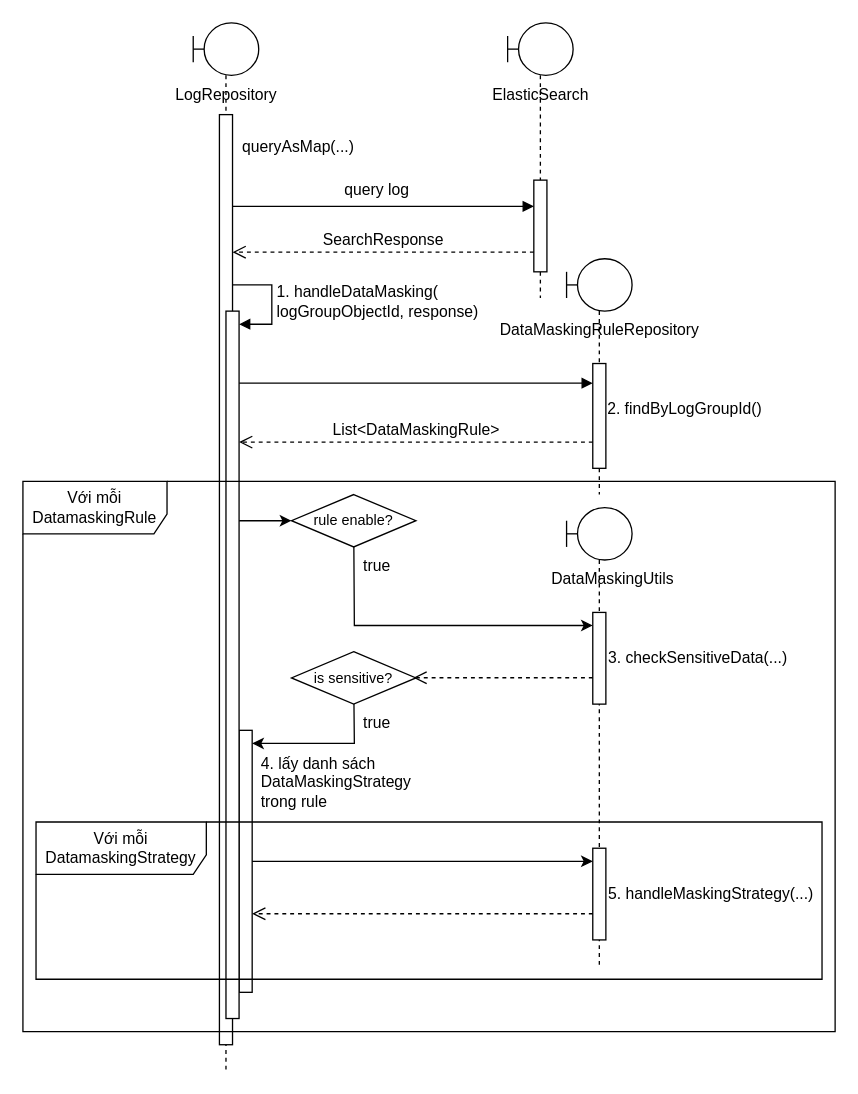
This is page "Trang-5" (5 of 5) of data masking.drawio from hiep1097/drawio, a draw.io file, before an edit. Source tidied: cells renumbered, new cells numbered last; positions are measured from the earlier drawing's top-left corner, leaving out a move shared by most shapes. Both pictures are drawn from the tidied source at 131%, with x=0, y=0 at pixel (22, 22).
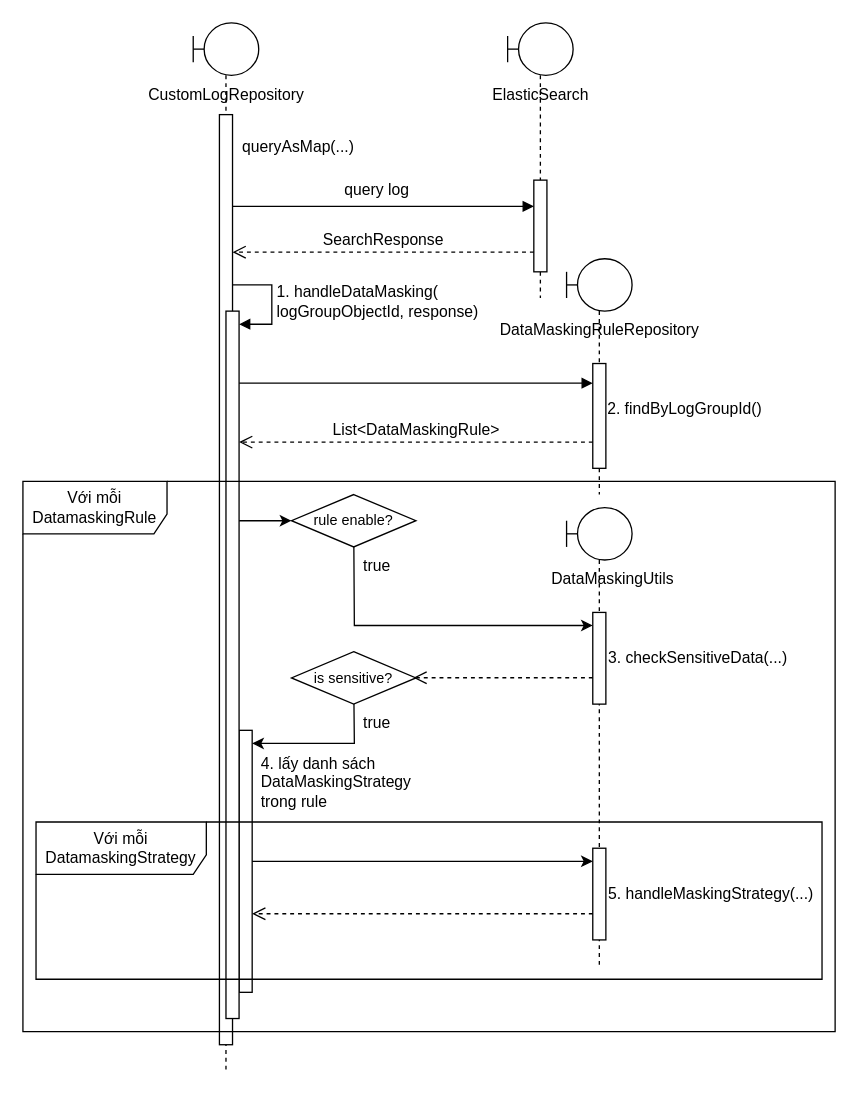
The same diagram, later.

Commit message:
Cập nhật data masking.drawio

Change to the diagram source:
```diff
@@
-    <mxCell id="7" value="LogRepository" style="text;html=1;align=center;verticalAlign=middle;strokeColor=none;fillColor=none;fontSize=12;" parent="1" vertex="1">
-      <mxGeometry x="105" y="40" width="100" height="30" as="geometry" />
+    <mxCell id="7" value="CustomLogRepository" style="text;html=1;align=center;verticalAlign=middle;strokeColor=none;fillColor=none;fontSize=12;" parent="1" vertex="1">
+      <mxGeometry x="85" y="40" width="140" height="30" as="geometry" />
     </mxCell>
```
